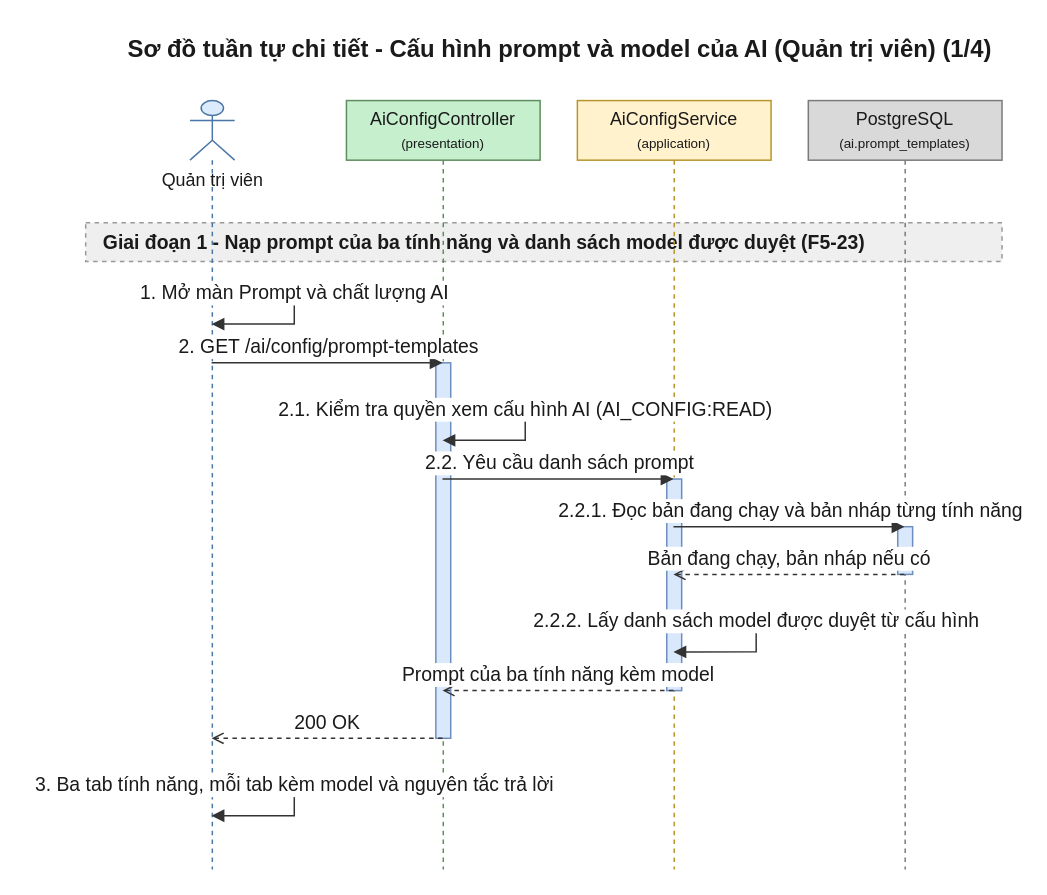
daiphu1801/PRJ_ALGOPREP keeps this draw.io diagram as 08-diagram/sequence/admin/sequence_admin_cau_hinh_prompt_ai_p1.drawio. Above is the earlier version. Source tidied: cells renumbered, new cells numbered last; positions are measured from the earlier drawing's top-left corner, leaving out a move shared by most shapes. Both pictures are drawn from the tidied source at 149%, with x=0, y=0 at pixel (85, 25).
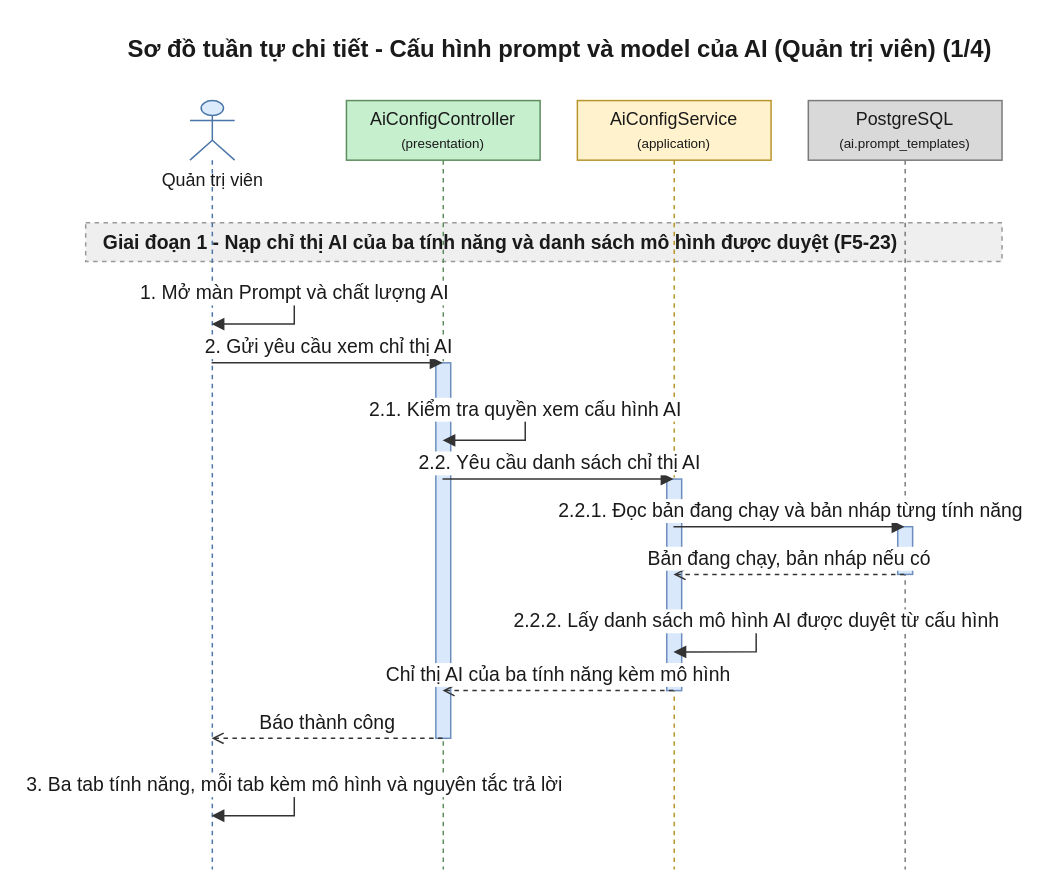
Above is the later version.

Unchanged cells that the change refers to:
```xml
<mxCell id="4" value="Quản trị viên" style="shape=umlLifeline;participant=umlActor;perimeter=lifelinePerimeter;html=1;outlineConnect=0;size=40;verticalAlign=top;spacingTop=40;fillColor=#DCEBFC;strokeColor=#4A76A8;fontColor=#1A1A1A;" parent="1" vertex="1">
  <mxGeometry x="70" y="50" width="30" height="516" as="geometry" />
</mxCell>
<mxCell id="5" value="AiConfigController&lt;br&gt;&lt;font style=&quot;font-size:9px&quot;&gt;(presentation)&lt;/font&gt;" style="shape=umlLifeline;perimeter=lifelinePerimeter;whiteSpace=wrap;html=1;outlineConnect=0;size=40;fillColor=#C6EFCE;strokeColor=#5E8E5E;fontColor=#1A1A1A;" parent="1" vertex="1">
  <mxGeometry x="175" y="50" width="130" height="516" as="geometry" />
</mxCell>
<mxCell id="6" value="AiConfigService&lt;br&gt;&lt;font style=&quot;font-size:9px&quot;&gt;(application)&lt;/font&gt;" style="shape=umlLifeline;perimeter=lifelinePerimeter;whiteSpace=wrap;html=1;outlineConnect=0;size=40;fillColor=#FFF2CC;strokeColor=#B8952A;fontColor=#1A1A1A;" parent="1" vertex="1">
  <mxGeometry x="330" y="50" width="130" height="516" as="geometry" />
</mxCell>
```

What changed in the source:
```diff
@@
-    <mxCell id="3" value="Giai đoạn 1 - Nạp prompt của ba tính năng và danh sách model được duyệt (F5-23)" style="algoprep=phase;rounded=0;whiteSpace=wrap;html=1;fillColor=#EFEFEF;strokeColor=#999999;dashed=1;align=left;verticalAlign=middle;spacingLeft=10;fontColor=#1A1A1A;fontSize=13;fontStyle=1;" parent="1" vertex="1">
+    <mxCell id="3" value="Giai đoạn 1 - Nạp chỉ thị AI của ba tính năng và danh sách mô hình được duyệt (F5-23)" style="algoprep=phase;rounded=0;whiteSpace=wrap;html=1;fillColor=#EFEFEF;strokeColor=#999999;dashed=1;align=left;verticalAlign=middle;spacingLeft=10;fontColor=#1A1A1A;fontSize=13;fontStyle=1;" parent="1" vertex="1">
       <mxGeometry y="132" width="615" height="26" as="geometry" />
     </mxCell>
@@
-    <mxCell id="12" value="2. GET /ai/config/prompt-templates" style="edgeStyle=none;html=1;endArrow=block;endFill=1;strokeColor=#333333;fontColor=#1A1A1A;fontSize=13;verticalAlign=bottom;exitX=0.5;exitY=0.3411;exitDx=0;exitDy=0;entryX=0.5;entryY=0.3411;entryDx=0;entryDy=0;" parent="1" edge="1" source="4" target="5">
+    <mxCell id="12" value="2. Gửi yêu cầu xem chỉ thị AI" style="edgeStyle=none;html=1;endArrow=block;endFill=1;strokeColor=#333333;fontColor=#1A1A1A;fontSize=13;verticalAlign=bottom;exitX=0.5;exitY=0.3411;exitDx=0;exitDy=0;entryX=0.5;entryY=0.3411;entryDx=0;entryDy=0;" parent="1" edge="1" source="4" target="5">
       <mxGeometry relative="1" as="geometry" />
     </mxCell>
-    <mxCell id="13" value="2.1. Kiểm tra quyền xem cấu hình AI (AI_CONFIG:READ)" style="edgeStyle=orthogonalEdgeStyle;rounded=0;html=1;endArrow=block;endFill=1;strokeColor=#333333;fontColor=#1A1A1A;fontSize=13;verticalAlign=bottom;exitX=0.5;exitY=0.4031;exitDx=0;exitDy=0;entryX=0.5;entryY=0.4419;entryDx=0;entryDy=0;" parent="1" edge="1" source="5" target="5">
+    <mxCell id="13" value="2.1. Kiểm tra quyền xem cấu hình AI" style="edgeStyle=orthogonalEdgeStyle;rounded=0;html=1;endArrow=block;endFill=1;strokeColor=#333333;fontColor=#1A1A1A;fontSize=13;verticalAlign=bottom;exitX=0.5;exitY=0.4031;exitDx=0;exitDy=0;entryX=0.5;entryY=0.4419;entryDx=0;entryDy=0;" parent="1" edge="1" source="5" target="5">
       <mxGeometry relative="1" as="geometry">
         <Array as="points">
           <mxPoint x="295" y="258" />
           <mxPoint x="295" y="278" />
         </Array>
       </mxGeometry>
     </mxCell>
-    <mxCell id="14" value="2.2. Yêu cầu danh sách prompt" style="edgeStyle=none;html=1;endArrow=block;endFill=1;strokeColor=#333333;fontColor=#1A1A1A;fontSize=13;verticalAlign=bottom;exitX=0.5;exitY=0.4922;exitDx=0;exitDy=0;entryX=0.5;entryY=0.4922;entryDx=0;entryDy=0;" parent="1" edge="1" source="5" target="6">
+    <mxCell id="14" value="2.2. Yêu cầu danh sách chỉ thị AI" style="edgeStyle=none;html=1;endArrow=block;endFill=1;strokeColor=#333333;fontColor=#1A1A1A;fontSize=13;verticalAlign=bottom;exitX=0.5;exitY=0.4922;exitDx=0;exitDy=0;entryX=0.5;entryY=0.4922;entryDx=0;entryDy=0;" parent="1" edge="1" source="5" target="6">
       <mxGeometry relative="1" as="geometry" />
     </mxCell>
@@
-    <mxCell id="17" value="2.2.2. Lấy danh sách model được duyệt từ cấu hình" style="edgeStyle=orthogonalEdgeStyle;rounded=0;html=1;endArrow=block;endFill=1;strokeColor=#333333;fontColor=#1A1A1A;fontSize=13;verticalAlign=bottom;exitX=0.5;exitY=0.6783;exitDx=0;exitDy=0;entryX=0.5;entryY=0.7171;entryDx=0;entryDy=0;" parent="1" edge="1" source="6" target="6">
+    <mxCell id="17" value="2.2.2. Lấy danh sách mô hình AI được duyệt từ cấu hình" style="edgeStyle=orthogonalEdgeStyle;rounded=0;html=1;endArrow=block;endFill=1;strokeColor=#333333;fontColor=#1A1A1A;fontSize=13;verticalAlign=bottom;exitX=0.5;exitY=0.6783;exitDx=0;exitDy=0;entryX=0.5;entryY=0.7171;entryDx=0;entryDy=0;" parent="1" edge="1" source="6" target="6">
       <mxGeometry relative="1" as="geometry">
         <Array as="points">
           <mxPoint x="450" y="400" />
           <mxPoint x="450" y="420" />
         </Array>
       </mxGeometry>
     </mxCell>
-    <mxCell id="18" value="Prompt của ba tính năng kèm model" style="edgeStyle=none;html=1;endArrow=open;endFill=0;dashed=1;strokeColor=#333333;fontColor=#1A1A1A;fontSize=13;verticalAlign=bottom;exitX=0.5;exitY=0.7674;exitDx=0;exitDy=0;entryX=0.5;entryY=0.7674;entryDx=0;entryDy=0;" parent="1" edge="1" source="6" target="5">
+    <mxCell id="18" value="Chỉ thị AI của ba tính năng kèm mô hình" style="edgeStyle=none;html=1;endArrow=open;endFill=0;dashed=1;strokeColor=#333333;fontColor=#1A1A1A;fontSize=13;verticalAlign=bottom;exitX=0.5;exitY=0.7674;exitDx=0;exitDy=0;entryX=0.5;entryY=0.7674;entryDx=0;entryDy=0;" parent="1" edge="1" source="6" target="5">
       <mxGeometry relative="1" as="geometry" />
     </mxCell>
-    <mxCell id="19" value="200 OK" style="edgeStyle=none;html=1;endArrow=open;endFill=0;dashed=1;strokeColor=#333333;fontColor=#1A1A1A;fontSize=13;verticalAlign=bottom;exitX=0.5;exitY=0.8295;exitDx=0;exitDy=0;entryX=0.5;entryY=0.8295;entryDx=0;entryDy=0;" parent="1" edge="1" source="5" target="4">
+    <mxCell id="19" value="Báo thành công" style="edgeStyle=none;html=1;endArrow=open;endFill=0;dashed=1;strokeColor=#333333;fontColor=#1A1A1A;fontSize=13;verticalAlign=bottom;exitX=0.5;exitY=0.8295;exitDx=0;exitDy=0;entryX=0.5;entryY=0.8295;entryDx=0;entryDy=0;" parent="1" edge="1" source="5" target="4">
       <mxGeometry relative="1" as="geometry" />
     </mxCell>
-    <mxCell id="20" value="3. Ba tab tính năng, mỗi tab kèm model và nguyên tắc trả lời" style="edgeStyle=orthogonalEdgeStyle;rounded=0;html=1;endArrow=block;endFill=1;strokeColor=#333333;fontColor=#1A1A1A;fontSize=13;verticalAlign=bottom;exitX=0.5;exitY=0.8915;exitDx=0;exitDy=0;entryX=0.5;entryY=0.9302;entryDx=0;entryDy=0;" parent="1" edge="1" source="4" target="4">
+    <mxCell id="20" value="3. Ba tab tính năng, mỗi tab kèm mô hình và nguyên tắc trả lời" style="edgeStyle=orthogonalEdgeStyle;rounded=0;html=1;endArrow=block;endFill=1;strokeColor=#333333;fontColor=#1A1A1A;fontSize=13;verticalAlign=bottom;exitX=0.5;exitY=0.8915;exitDx=0;exitDy=0;entryX=0.5;entryY=0.9302;entryDx=0;entryDy=0;" parent="1" edge="1" source="4" target="4">
       <mxGeometry relative="1" as="geometry">
         <Array as="points">
           <mxPoint x="140" y="510" />
           <mxPoint x="140" y="530" />
         </Array>
       </mxGeometry>
     </mxCell>
```
